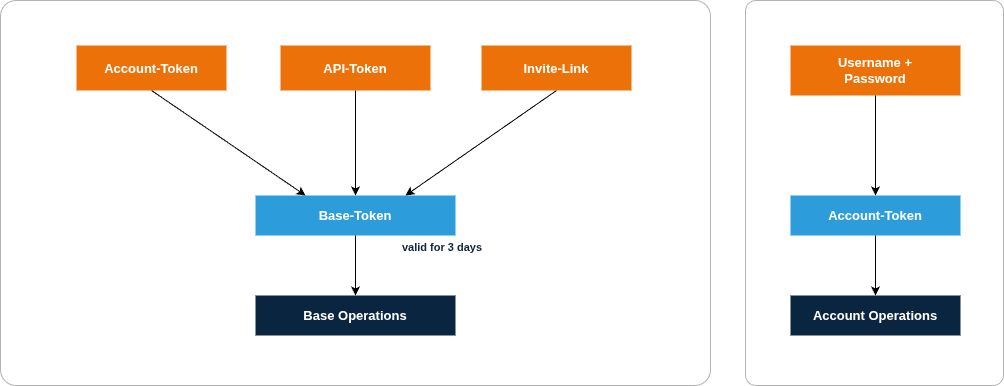
This is src/static/openapi/authentication-flow-in-seatable2.png from seatable/webservice-seatable-com, a draw.io export, as it was before one commit. Source tidied: cells renumbered, new cells last; positions are measured from the earlier drawing's top-left corner, leaving out a move shared by most shapes.
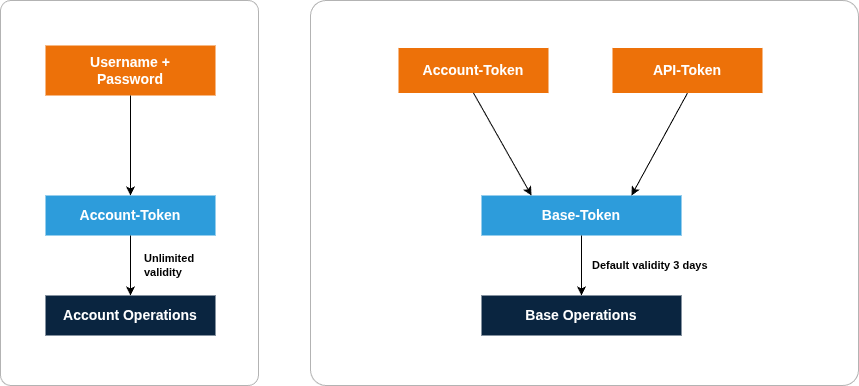
Later version of the same file.

Commit message:
Update authentication flow diagram

The edit, as a diff of the source:
```diff
@@ -3,46 +3,43 @@
     <mxCell id="0" />
     <mxCell id="1" parent="0" />
     <mxCell id="2" style="rounded=1;arcSize=4;whiteSpace=wrap;html=1;fillColor=none;strokeColor=#B3B3B3;" parent="1" vertex="1">
-      <mxGeometry width="710" height="385" as="geometry" />
+      <mxGeometry x="84" width="548" height="385" as="geometry" />
     </mxCell>
     <mxCell id="3" style="rounded=1;arcSize=4;whiteSpace=wrap;html=1;fillColor=none;strokeColor=#B3B3B3;" parent="1" vertex="1">
-      <mxGeometry x="745" width="258" height="385" as="geometry" />
+      <mxGeometry x="-226" width="258" height="385" as="geometry" />
     </mxCell>
-    <mxCell id="4" value="Account-Token" style="rounded=0;whiteSpace=wrap;html=1;fillColor=#ED7109;strokeColor=none;fontColor=light-dark(#ffffff, #bcd4eb);fontStyle=1;fontSize=13;" parent="1" vertex="1">
-      <mxGeometry x="76" y="45" width="150" height="45" as="geometry" />
+    <mxCell id="4" value="Account-Token" style="rounded=0;whiteSpace=wrap;html=1;fillColor=#ED7109;strokeColor=none;fontColor=light-dark(#ffffff, #bcd4eb);fontStyle=1;fontSize=14;" parent="1" vertex="1">
+      <mxGeometry x="172" y="47.5" width="150" height="45" as="geometry" />
     </mxCell>
-    <mxCell id="5" value="API-Token" style="rounded=0;whiteSpace=wrap;html=1;fillColor=#ED7109;strokeColor=none;fontColor=light-dark(#ffffff, #bcd4eb);fontStyle=1;fontSize=13;" parent="1" vertex="1">
-      <mxGeometry x="280" y="45" width="150" height="45" as="geometry" />
+    <mxCell id="5" value="API-Token" style="rounded=0;whiteSpace=wrap;html=1;fillColor=#ED7109;strokeColor=none;fontColor=light-dark(#ffffff, #bcd4eb);fontStyle=1;fontSize=14;" parent="1" vertex="1">
+      <mxGeometry x="386" y="47.5" width="150" height="45" as="geometry" />
     </mxCell>
-    <mxCell id="6" value="Base-Token" style="rounded=0;whiteSpace=wrap;html=1;fillColor=#2D9CDB;strokeColor=none;fontColor=#FFFFFF;fontStyle=1;fontSize=13;" parent="1" vertex="1">
+    <mxCell id="6" value="Base-Token" style="rounded=0;whiteSpace=wrap;html=1;fillColor=#2D9CDB;strokeColor=none;fontColor=#FFFFFF;fontStyle=1;fontSize=14;" parent="1" vertex="1">
       <mxGeometry x="255" y="195" width="200" height="40" as="geometry" />
     </mxCell>
-    <mxCell id="7" value="valid for 3 days" style="text;html=1;align=left;verticalAlign=middle;fontColor=#0A2540;fontStyle=1;fontSize=11;" parent="1" vertex="1">
-      <mxGeometry x="400" y="237" width="110" height="20" as="geometry" />
+    <mxCell id="7" value="Default validity 3 days" style="text;html=1;align=left;verticalAlign=middle;fontColor=#000000;fontStyle=1;fontSize=11;" parent="1" vertex="1">
+      <mxGeometry x="364" y="255" width="110" height="20" as="geometry" />
     </mxCell>
-    <mxCell id="8" value="Base Operations" style="rounded=0;whiteSpace=wrap;html=1;fillColor=#0A2540;strokeColor=none;fontColor=#FFFFFF;fontStyle=1;fontSize=13;" parent="1" vertex="1">
+    <mxCell id="8" value="Base Operations" style="rounded=0;whiteSpace=wrap;html=1;fillColor=#0A2540;strokeColor=none;fontColor=#FFFFFF;fontStyle=1;fontSize=14;" parent="1" vertex="1">
       <mxGeometry x="255" y="295" width="200" height="40" as="geometry" />
     </mxCell>
-    <mxCell id="9" style="endArrow=classic;html=1;rounded=0;strokeColor=#000000;entryX=0.25;entryY=0;exitX=0.5;exitY=1;exitDx=0;exitDy=0;" parent="1" edge="1" source="4" target="6">
+    <mxCell id="9" style="endArrow=classic;html=1;rounded=0;strokeColor=#000000;entryX=0.25;entryY=0;exitX=0.5;exitY=1;exitDx=0;exitDy=0;entryDx=0;entryDy=0;" parent="1" edge="1" source="4" target="6">
       <mxGeometry relative="1" as="geometry" />
     </mxCell>
-    <mxCell id="10" style="endArrow=classic;html=1;rounded=0;strokeColor=#000000;exitX=0.5;exitY=1;entryX=0.5;entryY=0;" parent="1" edge="1" source="5" target="6">
+    <mxCell id="10" style="endArrow=classic;html=1;rounded=0;strokeColor=#000000;exitX=0.5;exitY=1;entryX=0.75;entryY=0;entryDx=0;entryDy=0;" parent="1" edge="1" source="5" target="6">
       <mxGeometry relative="1" as="geometry" />
     </mxCell>
-    <mxCell id="11" style="endArrow=classic;html=1;rounded=0;strokeColor=#000000;exitX=0.5;exitY=1;entryX=0.75;entryY=0;exitDx=0;exitDy=0;" parent="1" edge="1" source="18" target="6">
-      <mxGeometry relative="1" as="geometry" />
-    </mxCell>
     <mxCell id="12" style="endArrow=classic;html=1;rounded=0;strokeColor=#000000;exitX=0.5;exitY=1;entryX=0.5;entryY=0;" parent="1" edge="1" source="6" target="8">
       <mxGeometry relative="1" as="geometry" />
     </mxCell>
-    <mxCell id="13" value="Username +&#10;Password" style="rounded=0;whiteSpace=wrap;html=1;fillColor=#ED7109;strokeColor=none;fontColor=#FFFFFF;fontStyle=1;fontSize=13;" parent="1" vertex="1">
-      <mxGeometry x="790" y="45" width="170" height="50" as="geometry" />
+    <mxCell id="13" value="Username +&#10;Password" style="rounded=0;whiteSpace=wrap;html=1;fillColor=#ED7109;strokeColor=none;fontColor=#FFFFFF;fontStyle=1;fontSize=14;" parent="1" vertex="1">
+      <mxGeometry x="-181" y="45" width="170" height="50" as="geometry" />
     </mxCell>
-    <mxCell id="14" value="Account-Token" style="rounded=0;whiteSpace=wrap;html=1;fillColor=#2D9CDB;strokeColor=none;fontColor=#FFFFFF;fontStyle=1;fontSize=13;" parent="1" vertex="1">
-      <mxGeometry x="790" y="195" width="170" height="40" as="geometry" />
+    <mxCell id="14" value="Account-Token" style="rounded=0;whiteSpace=wrap;html=1;fillColor=#2D9CDB;strokeColor=none;fontColor=#FFFFFF;fontStyle=1;fontSize=14;" parent="1" vertex="1">
+      <mxGeometry x="-181" y="195" width="170" height="40" as="geometry" />
     </mxCell>
-    <mxCell id="15" value="Account Operations" style="rounded=0;whiteSpace=wrap;html=1;fillColor=#0A2540;strokeColor=none;fontColor=#FFFFFF;fontStyle=1;fontSize=13;" parent="1" vertex="1">
-      <mxGeometry x="790" y="295" width="170" height="40" as="geometry" />
+    <mxCell id="15" value="Account Operations" style="rounded=0;whiteSpace=wrap;html=1;fillColor=#0A2540;strokeColor=none;fontColor=#FFFFFF;fontStyle=1;fontSize=14;" parent="1" vertex="1">
+      <mxGeometry x="-181" y="295" width="170" height="40" as="geometry" />
     </mxCell>
     <mxCell id="16" style="endArrow=classic;html=1;rounded=0;strokeColor=#000000;exitX=0.5;exitY=1;entryX=0.5;entryY=0;" parent="1" edge="1" source="13" target="14">
       <mxGeometry relative="1" as="geometry" />
@@ -50,8 +47,8 @@
     <mxCell id="17" style="endArrow=classic;html=1;rounded=0;strokeColor=#000000;exitX=0.5;exitY=1;entryX=0.5;entryY=0;" parent="1" edge="1" source="14" target="15">
       <mxGeometry relative="1" as="geometry" />
     </mxCell>
-    <mxCell id="18" value="Invite-Link" style="rounded=0;whiteSpace=wrap;html=1;fillColor=#ED7109;strokeColor=none;fontColor=#FFFFFF;fontStyle=1;fontSize=13;" parent="1" vertex="1">
-      <mxGeometry x="481" y="45" width="150" height="45" as="geometry" />
-    </mxCell>
+    <mxCell id="19" value="Unlimited&lt;br&gt;validity" style="text;html=1;align=left;verticalAlign=middle;fontColor=#000000;fontStyle=1;fontSize=11;" parent="1" vertex="1">
+      <mxGeometry x="-84" y="255" width="65" height="20" as="geometry" />
+    </mxCell>
   </root>
 </mxGraphModel>
```
